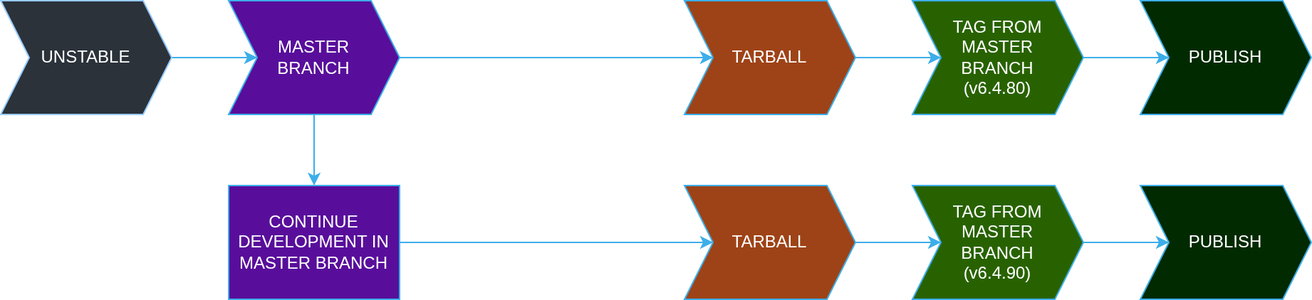
This is content/docs/getting-started/add-project/lifecycle/unstable-lifecycle.png from KDE/documentation-develop-kde-org, a draw.io export, as it was before one commit. Source tidied: cells renumbered, new cells last; positions are measured from the earlier drawing's top-left corner, leaving out a move shared by most shapes. The source it was exported from:
```xml
<mxGraphModel>
  <root>
    <mxCell id="0" />
    <mxCell id="1" parent="0" />
    <mxCell id="2" style="edgeStyle=orthogonalEdgeStyle;rounded=0;jettySize=auto;html=1;entryX=0;entryY=0.5;entryDx=0;entryDy=0;strokeColor=#3DAEE9;" parent="1" edge="1" source="3" target="11">
      <mxGeometry relative="1" as="geometry" />
    </mxCell>
    <mxCell id="3" value="UNSTABLE" style="shape=step;perimeter=stepPerimeter;whiteSpace=wrap;html=1;fixedSize=1;strokeColor=#97CBFF;fillColor=#2B323A;fontColor=#ffffff;" parent="1" vertex="1">
      <mxGeometry width="120" height="80" as="geometry" />
    </mxCell>
    <mxCell id="4" style="edgeStyle=orthogonalEdgeStyle;rounded=0;jettySize=auto;html=1;entryX=0;entryY=0.5;entryDx=0;entryDy=0;strokeColor=#3DAEE9;" parent="1" edge="1" source="5" target="7">
      <mxGeometry relative="1" as="geometry" />
    </mxCell>
    <mxCell id="5" value="TARBALL" style="shape=step;perimeter=stepPerimeter;whiteSpace=wrap;html=1;fixedSize=1;strokeColor=#3DAEE9;fillColor=#9E4317;" parent="1" vertex="1">
      <mxGeometry x="480" width="120" height="80" as="geometry" />
    </mxCell>
    <mxCell id="6" style="edgeStyle=orthogonalEdgeStyle;rounded=0;jettySize=auto;html=1;strokeColor=#3DAEE9;" parent="1" edge="1" source="7" target="8">
      <mxGeometry relative="1" as="geometry" />
    </mxCell>
    <mxCell id="7" value="TAG FROM&lt;div&gt;MASTER&lt;/div&gt;&lt;div&gt;BRANCH&lt;div&gt;(v6.4.80)&lt;/div&gt;&lt;/div&gt;" style="shape=step;perimeter=stepPerimeter;whiteSpace=wrap;html=1;fixedSize=1;strokeColor=#3DAEE9;fillColor=#286200;" parent="1" vertex="1">
      <mxGeometry x="640" width="120" height="80" as="geometry" />
    </mxCell>
    <mxCell id="8" value="PUBLISH" style="shape=step;perimeter=stepPerimeter;whiteSpace=wrap;html=1;fixedSize=1;strokeColor=#3DAEE9;fillColor=#022A00;" parent="1" vertex="1">
      <mxGeometry x="800" width="120" height="80" as="geometry" />
    </mxCell>
    <mxCell id="9" style="edgeStyle=orthogonalEdgeStyle;rounded=0;jettySize=auto;html=1;strokeColor=#3DAEE9;" parent="1" edge="1" source="11" target="5">
      <mxGeometry relative="1" as="geometry" />
    </mxCell>
    <mxCell id="10" style="edgeStyle=orthogonalEdgeStyle;rounded=0;jettySize=auto;html=1;strokeColor=#3DAEE9;" parent="1" edge="1" source="11" target="18">
      <mxGeometry relative="1" as="geometry" />
    </mxCell>
    <mxCell id="11" value="MASTER&lt;div&gt;BRANCH&lt;/div&gt;" style="shape=step;perimeter=stepPerimeter;whiteSpace=wrap;html=1;fixedSize=1;strokeColor=#3DAEE9;fillColor=#580E9B;" parent="1" vertex="1">
      <mxGeometry x="160" width="120" height="80" as="geometry" />
    </mxCell>
    <mxCell id="12" value="TARBALL" style="shape=step;perimeter=stepPerimeter;whiteSpace=wrap;html=1;fixedSize=1;strokeColor=#3DAEE9;fillColor=#9E4317;" parent="1" vertex="1">
      <mxGeometry x="480" y="130" width="120" height="80" as="geometry" />
    </mxCell>
    <mxCell id="13" value="PUBLISH" style="shape=step;perimeter=stepPerimeter;whiteSpace=wrap;html=1;fixedSize=1;strokeColor=#3DAEE9;fillColor=#022A00;" parent="1" vertex="1">
      <mxGeometry x="800" y="130" width="120" height="80" as="geometry" />
    </mxCell>
    <mxCell id="14" value="TAG FROM&lt;div&gt;MASTER&lt;/div&gt;&lt;div&gt;BRANCH&lt;br&gt;&lt;div&gt;(v6.4.90)&lt;/div&gt;&lt;/div&gt;" style="shape=step;perimeter=stepPerimeter;whiteSpace=wrap;html=1;fixedSize=1;strokeColor=#3DAEE9;fillColor=#286200;" parent="1" vertex="1">
      <mxGeometry x="640" y="130" width="120" height="80" as="geometry" />
    </mxCell>
    <mxCell id="15" style="edgeStyle=orthogonalEdgeStyle;rounded=0;jettySize=auto;html=1;entryX=0;entryY=0.5;entryDx=0;entryDy=0;strokeColor=#3DAEE9;" parent="1" edge="1" source="12" target="14">
      <mxGeometry relative="1" as="geometry" />
    </mxCell>
    <mxCell id="16" style="edgeStyle=orthogonalEdgeStyle;rounded=0;jettySize=auto;html=1;entryX=0;entryY=0.5;entryDx=0;entryDy=0;strokeColor=#3DAEE9;" parent="1" edge="1" source="14" target="13">
      <mxGeometry relative="1" as="geometry" />
    </mxCell>
    <mxCell id="17" style="edgeStyle=orthogonalEdgeStyle;rounded=0;jettySize=auto;html=1;entryX=0;entryY=0.5;entryDx=0;entryDy=0;strokeColor=#3DAEE9;" parent="1" edge="1" source="18" target="12">
      <mxGeometry relative="1" as="geometry" />
    </mxCell>
    <mxCell id="18" value="CONTINUE DEVELOPMENT IN MASTER BRANCH" style="rounded=0;whiteSpace=wrap;html=1;strokeColor=#3DAEE9;fillColor=#580E9B;" parent="1" vertex="1">
      <mxGeometry x="160" y="130" width="120" height="80" as="geometry" />
    </mxCell>
  </root>
</mxGraphModel>
```
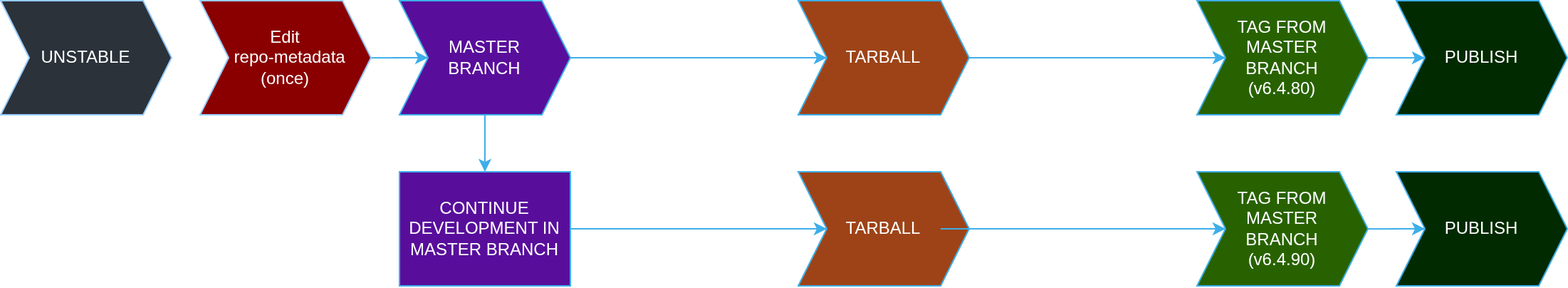
The same diagram one commit later.

Commit message:
Fix order in lifecycle page

The edit, as a diff of the source:
```diff
@@ -2,56 +2,66 @@
   <root>
     <mxCell id="0" />
     <mxCell id="1" parent="0" />
-    <mxCell id="2" style="edgeStyle=orthogonalEdgeStyle;rounded=0;jettySize=auto;html=1;entryX=0;entryY=0.5;entryDx=0;entryDy=0;strokeColor=#3DAEE9;" parent="1" edge="1" source="3" target="11">
+    <mxCell id="2" style="edgeStyle=orthogonalEdgeStyle;rounded=0;jettySize=auto;html=1;entryX=0;entryY=0.5;entryDx=0;entryDy=0;strokeColor=#3DAEE9;" parent="1" edge="1" source="20" target="12">
       <mxGeometry relative="1" as="geometry" />
     </mxCell>
-    <mxCell id="3" value="UNSTABLE" style="shape=step;perimeter=stepPerimeter;whiteSpace=wrap;html=1;fixedSize=1;strokeColor=#97CBFF;fillColor=#2B323A;fontColor=#ffffff;" parent="1" vertex="1">
-      <mxGeometry width="120" height="80" as="geometry" />
+    <mxCell id="3" style="edgeStyle=orthogonalEdgeStyle;rounded=0;jettySize=auto;html=1;exitX=1;exitY=0.5;exitDx=0;exitDy=0;" parent="1" edge="1" source="4" target="20">
+      <mxGeometry relative="1" as="geometry" />
     </mxCell>
-    <mxCell id="4" style="edgeStyle=orthogonalEdgeStyle;rounded=0;jettySize=auto;html=1;entryX=0;entryY=0.5;entryDx=0;entryDy=0;strokeColor=#3DAEE9;" parent="1" edge="1" source="5" target="7">
-      <mxGeometry relative="1" as="geometry" />
+    <mxCell id="4" value="UNSTABLE" style="shape=step;perimeter=stepPerimeter;whiteSpace=wrap;html=1;fixedSize=1;strokeColor=#97CBFF;fillColor=#2B323A;fontColor=#ffffff;" parent="1" vertex="1">
+      <mxGeometry width="120" height="80" as="geometry" />
     </mxCell>
-    <mxCell id="5" value="TARBALL" style="shape=step;perimeter=stepPerimeter;whiteSpace=wrap;html=1;fixedSize=1;strokeColor=#3DAEE9;fillColor=#9E4317;" parent="1" vertex="1">
-      <mxGeometry x="480" width="120" height="80" as="geometry" />
+    <mxCell id="5" style="edgeStyle=orthogonalEdgeStyle;rounded=0;jettySize=auto;html=1;entryX=0;entryY=0.5;entryDx=0;entryDy=0;strokeColor=#3DAEE9;" parent="1" edge="1" target="8">
+      <mxGeometry relative="1" as="geometry">
+        <mxPoint x="660" y="40" as="sourcePoint" />
+      </mxGeometry>
     </mxCell>
-    <mxCell id="6" style="edgeStyle=orthogonalEdgeStyle;rounded=0;jettySize=auto;html=1;strokeColor=#3DAEE9;" parent="1" edge="1" source="7" target="8">
-      <mxGeometry relative="1" as="geometry" />
+    <mxCell id="6" value="TARBALL" style="shape=step;perimeter=stepPerimeter;whiteSpace=wrap;html=1;fixedSize=1;strokeColor=#3DAEE9;fillColor=#9E4317;" parent="1" vertex="1">
+      <mxGeometry x="560" width="120" height="80" as="geometry" />
     </mxCell>
-    <mxCell id="7" value="TAG FROM&lt;div&gt;MASTER&lt;/div&gt;&lt;div&gt;BRANCH&lt;div&gt;(v6.4.80)&lt;/div&gt;&lt;/div&gt;" style="shape=step;perimeter=stepPerimeter;whiteSpace=wrap;html=1;fixedSize=1;strokeColor=#3DAEE9;fillColor=#286200;" parent="1" vertex="1">
-      <mxGeometry x="640" width="120" height="80" as="geometry" />
+    <mxCell id="7" style="edgeStyle=orthogonalEdgeStyle;rounded=0;jettySize=auto;html=1;strokeColor=#3DAEE9;" parent="1" edge="1" source="8" target="9">
+      <mxGeometry relative="1" as="geometry" />
     </mxCell>
-    <mxCell id="8" value="PUBLISH" style="shape=step;perimeter=stepPerimeter;whiteSpace=wrap;html=1;fixedSize=1;strokeColor=#3DAEE9;fillColor=#022A00;" parent="1" vertex="1">
-      <mxGeometry x="800" width="120" height="80" as="geometry" />
+    <mxCell id="8" value="TAG FROM&lt;div&gt;MASTER&lt;/div&gt;&lt;div&gt;BRANCH&lt;div&gt;(v6.4.80)&lt;/div&gt;&lt;/div&gt;" style="shape=step;perimeter=stepPerimeter;whiteSpace=wrap;html=1;fixedSize=1;strokeColor=#3DAEE9;fillColor=#286200;" parent="1" vertex="1">
+      <mxGeometry x="840" width="120" height="80" as="geometry" />
     </mxCell>
-    <mxCell id="9" style="edgeStyle=orthogonalEdgeStyle;rounded=0;jettySize=auto;html=1;strokeColor=#3DAEE9;" parent="1" edge="1" source="11" target="5">
-      <mxGeometry relative="1" as="geometry" />
+    <mxCell id="9" value="PUBLISH" style="shape=step;perimeter=stepPerimeter;whiteSpace=wrap;html=1;fixedSize=1;strokeColor=#3DAEE9;fillColor=#022A00;" parent="1" vertex="1">
+      <mxGeometry x="980" width="120" height="80" as="geometry" />
     </mxCell>
-    <mxCell id="10" style="edgeStyle=orthogonalEdgeStyle;rounded=0;jettySize=auto;html=1;strokeColor=#3DAEE9;" parent="1" edge="1" source="11" target="18">
+    <mxCell id="10" style="edgeStyle=orthogonalEdgeStyle;rounded=0;jettySize=auto;html=1;strokeColor=#3DAEE9;" parent="1" edge="1" source="12" target="6">
       <mxGeometry relative="1" as="geometry" />
     </mxCell>
-    <mxCell id="11" value="MASTER&lt;div&gt;BRANCH&lt;/div&gt;" style="shape=step;perimeter=stepPerimeter;whiteSpace=wrap;html=1;fixedSize=1;strokeColor=#3DAEE9;fillColor=#580E9B;" parent="1" vertex="1">
-      <mxGeometry x="160" width="120" height="80" as="geometry" />
+    <mxCell id="11" style="edgeStyle=orthogonalEdgeStyle;rounded=0;jettySize=auto;html=1;strokeColor=#3DAEE9;" parent="1" edge="1" source="12" target="19">
+      <mxGeometry relative="1" as="geometry" />
     </mxCell>
-    <mxCell id="12" value="TARBALL" style="shape=step;perimeter=stepPerimeter;whiteSpace=wrap;html=1;fixedSize=1;strokeColor=#3DAEE9;fillColor=#9E4317;" parent="1" vertex="1">
-      <mxGeometry x="480" y="130" width="120" height="80" as="geometry" />
+    <mxCell id="12" value="MASTER&lt;div&gt;BRANCH&lt;/div&gt;" style="shape=step;perimeter=stepPerimeter;whiteSpace=wrap;html=1;fixedSize=1;strokeColor=#3DAEE9;fillColor=#580E9B;" parent="1" vertex="1">
+      <mxGeometry x="280" width="120" height="80" as="geometry" />
     </mxCell>
-    <mxCell id="13" value="PUBLISH" style="shape=step;perimeter=stepPerimeter;whiteSpace=wrap;html=1;fixedSize=1;strokeColor=#3DAEE9;fillColor=#022A00;" parent="1" vertex="1">
-      <mxGeometry x="800" y="130" width="120" height="80" as="geometry" />
+    <mxCell id="13" value="TARBALL" style="shape=step;perimeter=stepPerimeter;whiteSpace=wrap;html=1;fixedSize=1;strokeColor=#3DAEE9;fillColor=#9E4317;" parent="1" vertex="1">
+      <mxGeometry x="560" y="120" width="120" height="80" as="geometry" />
     </mxCell>
-    <mxCell id="14" value="TAG FROM&lt;div&gt;MASTER&lt;/div&gt;&lt;div&gt;BRANCH&lt;br&gt;&lt;div&gt;(v6.4.90)&lt;/div&gt;&lt;/div&gt;" style="shape=step;perimeter=stepPerimeter;whiteSpace=wrap;html=1;fixedSize=1;strokeColor=#3DAEE9;fillColor=#286200;" parent="1" vertex="1">
-      <mxGeometry x="640" y="130" width="120" height="80" as="geometry" />
+    <mxCell id="14" value="PUBLISH" style="shape=step;perimeter=stepPerimeter;whiteSpace=wrap;html=1;fixedSize=1;strokeColor=#3DAEE9;fillColor=#022A00;" parent="1" vertex="1">
+      <mxGeometry x="980" y="120" width="120" height="80" as="geometry" />
     </mxCell>
-    <mxCell id="15" style="edgeStyle=orthogonalEdgeStyle;rounded=0;jettySize=auto;html=1;entryX=0;entryY=0.5;entryDx=0;entryDy=0;strokeColor=#3DAEE9;" parent="1" edge="1" source="12" target="14">
-      <mxGeometry relative="1" as="geometry" />
+    <mxCell id="15" value="TAG FROM&lt;div&gt;MASTER&lt;/div&gt;&lt;div&gt;BRANCH&lt;br&gt;&lt;div&gt;(v6.4.90)&lt;/div&gt;&lt;/div&gt;" style="shape=step;perimeter=stepPerimeter;whiteSpace=wrap;html=1;fixedSize=1;strokeColor=#3DAEE9;fillColor=#286200;" parent="1" vertex="1">
+      <mxGeometry x="840" y="120" width="120" height="80" as="geometry" />
     </mxCell>
-    <mxCell id="16" style="edgeStyle=orthogonalEdgeStyle;rounded=0;jettySize=auto;html=1;entryX=0;entryY=0.5;entryDx=0;entryDy=0;strokeColor=#3DAEE9;" parent="1" edge="1" source="14" target="13">
-      <mxGeometry relative="1" as="geometry" />
+    <mxCell id="16" style="edgeStyle=orthogonalEdgeStyle;rounded=0;jettySize=auto;html=1;entryX=0;entryY=0.5;entryDx=0;entryDy=0;strokeColor=#3DAEE9;" parent="1" edge="1" target="15">
+      <mxGeometry relative="1" as="geometry">
+        <mxPoint x="660" y="160" as="sourcePoint" />
+      </mxGeometry>
     </mxCell>
-    <mxCell id="17" style="edgeStyle=orthogonalEdgeStyle;rounded=0;jettySize=auto;html=1;entryX=0;entryY=0.5;entryDx=0;entryDy=0;strokeColor=#3DAEE9;" parent="1" edge="1" source="18" target="12">
+    <mxCell id="17" style="edgeStyle=orthogonalEdgeStyle;rounded=0;jettySize=auto;html=1;entryX=0;entryY=0.5;entryDx=0;entryDy=0;strokeColor=#3DAEE9;" parent="1" edge="1" source="15" target="14">
       <mxGeometry relative="1" as="geometry" />
     </mxCell>
-    <mxCell id="18" value="CONTINUE DEVELOPMENT IN MASTER BRANCH" style="rounded=0;whiteSpace=wrap;html=1;strokeColor=#3DAEE9;fillColor=#580E9B;" parent="1" vertex="1">
-      <mxGeometry x="160" y="130" width="120" height="80" as="geometry" />
+    <mxCell id="18" style="edgeStyle=orthogonalEdgeStyle;rounded=0;jettySize=auto;html=1;entryX=0;entryY=0.5;entryDx=0;entryDy=0;strokeColor=#3DAEE9;" parent="1" edge="1" source="19" target="13">
+      <mxGeometry relative="1" as="geometry" />
     </mxCell>
+    <mxCell id="19" value="CONTINUE DEVELOPMENT IN MASTER BRANCH" style="rounded=0;whiteSpace=wrap;html=1;strokeColor=#3DAEE9;fillColor=#580E9B;" parent="1" vertex="1">
+      <mxGeometry x="280" y="120" width="120" height="80" as="geometry" />
+    </mxCell>
+    <mxCell id="20" value="Edit&lt;div&gt;&amp;nbsp; repo-metadata&lt;/div&gt;&lt;div&gt;(once)&lt;/div&gt;" style="shape=step;perimeter=stepPerimeter;whiteSpace=wrap;html=1;fixedSize=1;strokeColor=#97CBFF;fillColor=#8A0000;fontColor=#ffffff;" parent="1" vertex="1">
+      <mxGeometry x="140" width="120" height="80" as="geometry" />
+    </mxCell>
   </root>
 </mxGraphModel>
```
